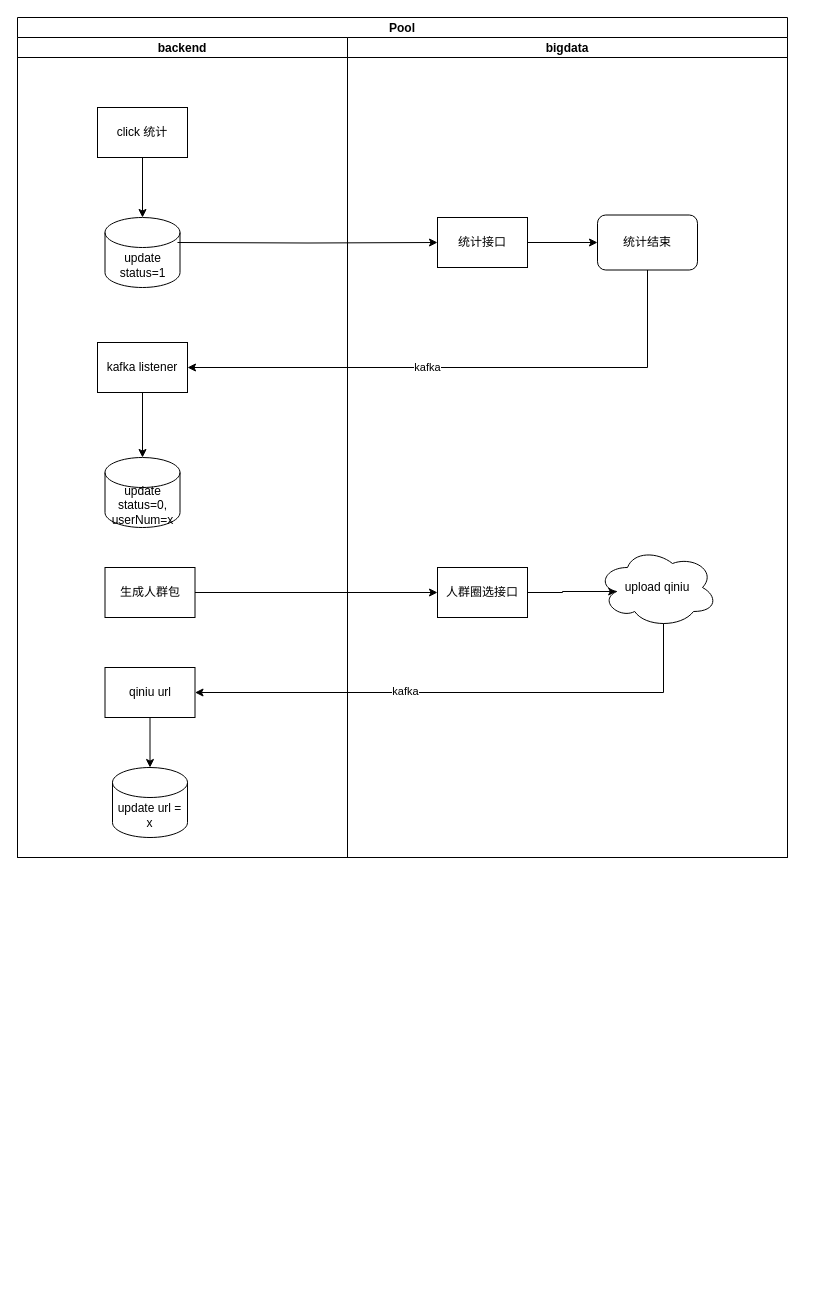
The draw.io diagram 人群圈选.drawio in songmulin/rr-business, before the edit. Source tidied: cells renumbered, new cells numbered last; positions are measured from the earlier drawing's top-left corner, leaving out a move shared by most shapes. Both pictures are drawn from the tidied source at 100%, with x=0, y=0 at pixel (17, 17).
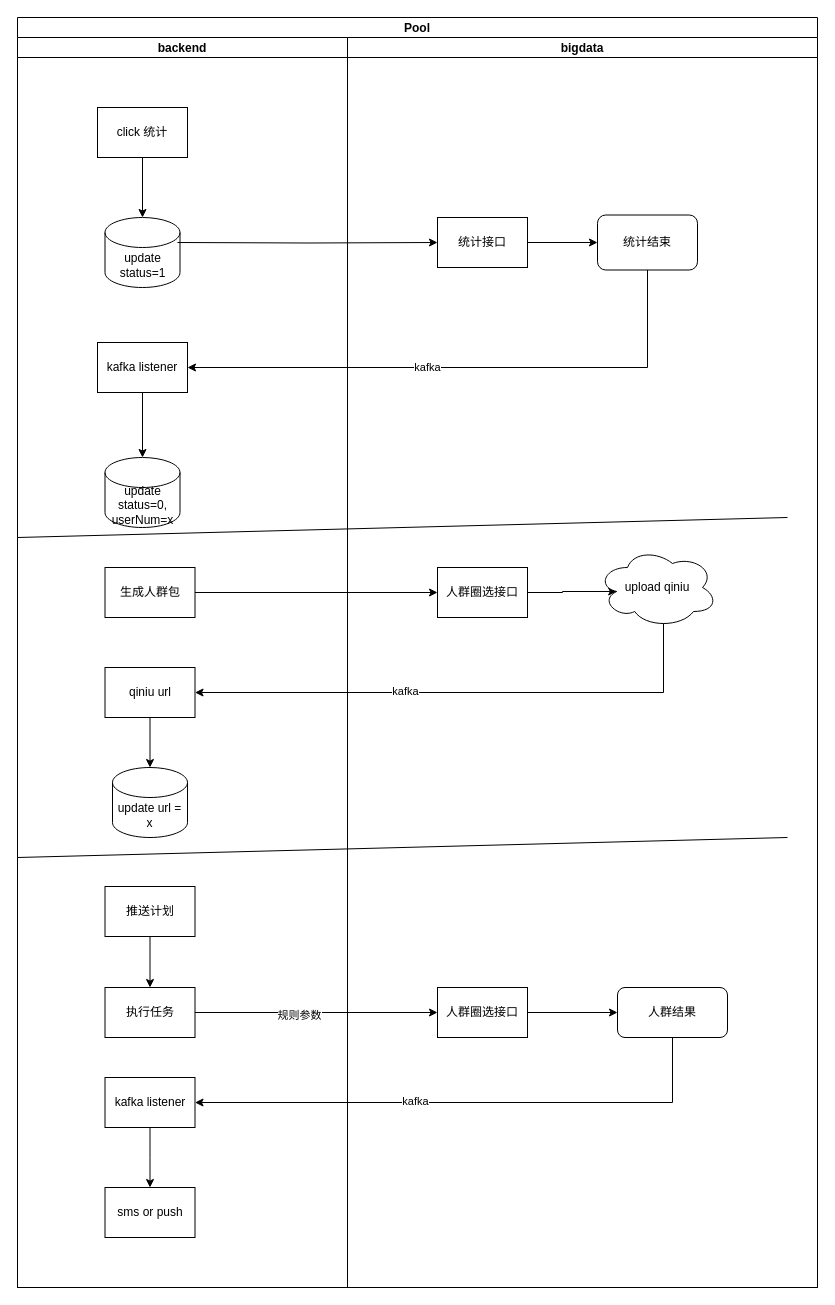
After the change.

Commit message (it also covers changes not shown here):
更新人群圈选.drawio

The edit, as a diff of the source:
```diff
@@
     <mxCell id="2" value="Pool" style="swimlane;startSize=20;" parent="1" vertex="1">
-      <mxGeometry width="770" height="840" as="geometry" />
+      <mxGeometry width="800" height="1270" as="geometry" />
     </mxCell>
@@
     <mxCell id="5" value="backend" style="swimlane;startSize=20;" parent="2" vertex="1">
-      <mxGeometry y="20" width="330" height="820" as="geometry" />
+      <mxGeometry y="20" width="330" height="1250" as="geometry" />
     </mxCell>
@@
+    <mxCell id="27" style="endArrow=none;html=1;rounded=0;" parent="5" edge="1">
+      <mxGeometry relative="1" as="geometry">
+        <mxPoint y="500" as="sourcePoint" />
+        <mxPoint x="770" y="480" as="targetPoint" />
+      </mxGeometry>
+    </mxCell>
+    <mxCell id="28" value="推送计划" style="rounded=0;whiteSpace=wrap;html=1;" parent="5" vertex="1">
+      <mxGeometry x="87.5" y="849" width="90" height="50" as="geometry" />
+    </mxCell>
+    <mxCell id="29" value="执行任务" style="rounded=0;whiteSpace=wrap;html=1;" parent="5" vertex="1">
+      <mxGeometry x="87.5" y="950" width="90" height="50" as="geometry" />
+    </mxCell>
+    <mxCell id="30" value="kafka listener" style="rounded=0;whiteSpace=wrap;html=1;" parent="5" vertex="1">
+      <mxGeometry x="87.5" y="1040" width="90" height="50" as="geometry" />
+    </mxCell>
+    <mxCell id="31" style="edgeStyle=orthogonalEdgeStyle;rounded=0;jettySize=auto;html=1;entryX=0.5;entryY=0;entryDx=0;entryDy=0;" parent="5" edge="1" source="28" target="29">
+      <mxGeometry relative="1" as="geometry" />
+    </mxCell>
+    <mxCell id="32" value="sms or push" style="rounded=0;whiteSpace=wrap;html=1;" parent="5" vertex="1">
+      <mxGeometry x="87.5" y="1150" width="90" height="50" as="geometry" />
+    </mxCell>
@@
     <mxCell id="18" value="bigdata" style="swimlane;startSize=20;" parent="2" vertex="1">
-      <mxGeometry x="330" y="20" width="440" height="820" as="geometry" />
+      <mxGeometry x="330" y="20" width="470" height="1250" as="geometry" />
     </mxCell>
@@
+    <mxCell id="33" style="endArrow=none;html=1;rounded=0;" parent="18" edge="1">
+      <mxGeometry relative="1" as="geometry">
+        <mxPoint x="-330" y="820" as="sourcePoint" />
+        <mxPoint x="440" y="800" as="targetPoint" />
+      </mxGeometry>
+    </mxCell>
+    <mxCell id="34" value="人群圈选接口" style="rounded=0;whiteSpace=wrap;html=1;" parent="18" vertex="1">
+      <mxGeometry x="90" y="950" width="90" height="50" as="geometry" />
+    </mxCell>
+    <mxCell id="35" value="人群结果" style="rounded=1;whiteSpace=wrap;html=1;" parent="18" vertex="1">
+      <mxGeometry x="270" y="950" width="110" height="50" as="geometry" />
+    </mxCell>
+    <mxCell id="36" style="edgeStyle=orthogonalEdgeStyle;rounded=0;jettySize=auto;html=1;entryX=0;entryY=0.5;entryDx=0;entryDy=0;" parent="18" edge="1" source="34" target="35">
+      <mxGeometry relative="1" as="geometry" />
+    </mxCell>
@@
+    <mxCell id="37" style="edgeStyle=orthogonalEdgeStyle;rounded=0;jettySize=auto;html=1;entryX=0;entryY=0.5;entryDx=0;entryDy=0;" parent="2" edge="1" source="29" target="34">
+      <mxGeometry relative="1" as="geometry" />
+    </mxCell>
+    <mxCell id="38" value="规则参数" style="edgeLabel;html=1;align=center;verticalAlign=middle;" parent="37" vertex="1">
+      <mxGeometry x="-0.14" y="-2" relative="1" as="geometry" />
+    </mxCell>
+    <mxCell id="39" style="edgeStyle=orthogonalEdgeStyle;rounded=0;jettySize=auto;html=1;entryX=1;entryY=0.5;entryDx=0;entryDy=0;exitX=0.5;exitY=1;exitDx=0;exitDy=0;" parent="2" edge="1" source="35" target="30">
+      <mxGeometry relative="1" as="geometry" />
+    </mxCell>
+    <mxCell id="40" value="kafka" style="edgeLabel;html=1;align=center;verticalAlign=middle;" parent="39" vertex="1">
+      <mxGeometry x="0.19" y="-2" relative="1" as="geometry" />
+    </mxCell>
+    <mxCell id="41" style="edgeStyle=orthogonalEdgeStyle;rounded=0;jettySize=auto;html=1;" parent="1" edge="1" source="30">
+      <mxGeometry relative="1" as="geometry">
+        <mxPoint x="132.5" y="1170" as="targetPoint" />
+      </mxGeometry>
+    </mxCell>
```
